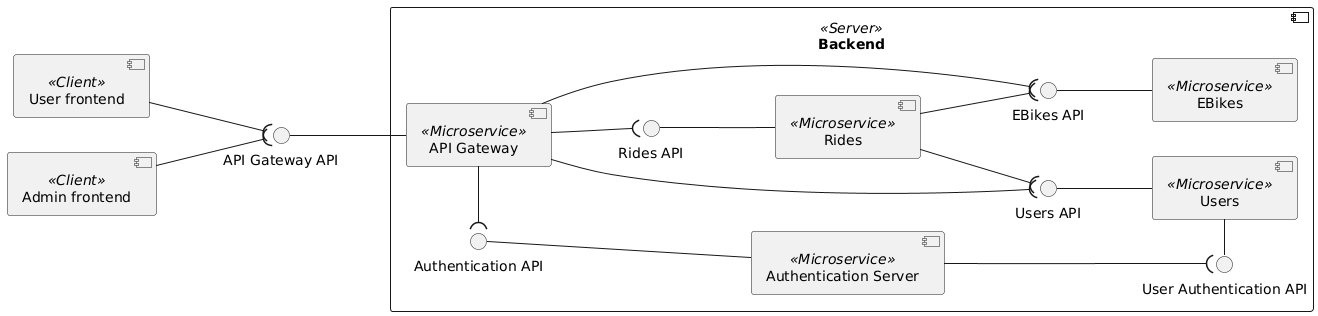
This is doc/diagrams/components.png from Ventus218/SAP-assignment-02, a PlantUML export, as it was before one commit.
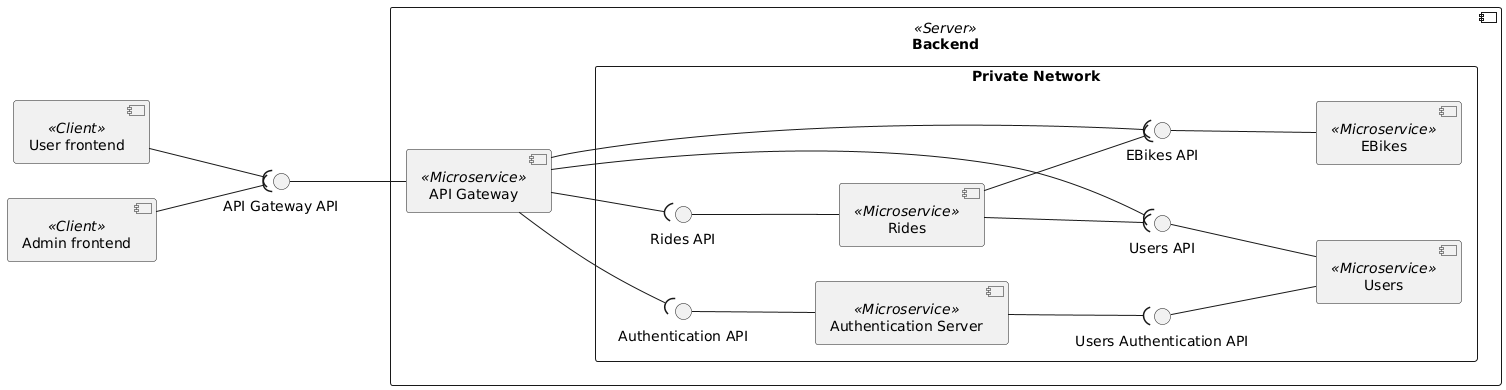
After the change.

The edit, as a diff of the source:
```diff
@@ -8,31 +8,33 @@
 component Backend <<Server>> {
     component "API Gateway" as APIGateway <<Microservice>>
 
-    component "EBikes" as EBikes <<Microservice>>
-    interface "EBikes API" as EBikesAPI
-    APIGateway --( EBikesAPI
-    EBikes -u-() EBikesAPI
+    rectangle "Private Network" {
+        component "EBikes" as EBikes <<Microservice>>
+        interface "EBikes API" as EBikesAPI
+        APIGateway --( EBikesAPI
+        EBikes -u-() EBikesAPI
 
-    component "Users" as Users <<Microservice>>
-    interface "Users API" as UsersAPI
-    APIGateway --( UsersAPI
-    Users -u-() UsersAPI
+        component "Users" as Users <<Microservice>>
+        interface "Users API" as UsersAPI
+        APIGateway --( UsersAPI
+        Users -u-() UsersAPI
+        Users -u-() UserAuthAPI
 
-    component "Rides" as Rides <<Microservice>>
-    interface "Rides API" as RidesAPI
-    APIGateway --( RidesAPI
-    Rides -u-() RidesAPI
-    Rides --( UsersAPI
-    Rides --( EBikesAPI
+        component "Rides" as Rides <<Microservice>>
+        interface "Rides API" as RidesAPI
+        APIGateway --( RidesAPI
+        Rides -u-() RidesAPI
+        Rides --( UsersAPI
+        Rides --( EBikesAPI
 
-    component "Authentication Server" as AuthServer <<Microservice>>
-    interface "Authentication API" as AuthAPI
-    APIGateway -l-( AuthAPI
-    AuthServer --u-() AuthAPI
+        component "Authentication Server" as AuthServer <<Microservice>>
+        interface "Authentication API" as AuthAPI
+        APIGateway --( AuthAPI
+        AuthServer -u-() AuthAPI
 
-    interface "User Authentication API" as UserAuthAPI
-    AuthServer ---( UserAuthAPI
-    Users -l-() UserAuthAPI
+        interface "Users Authentication API" as UserAuthAPI
+        AuthServer --( UserAuthAPI
+    }
 }
 
 APIGateway -u-() "API Gateway API"
```
